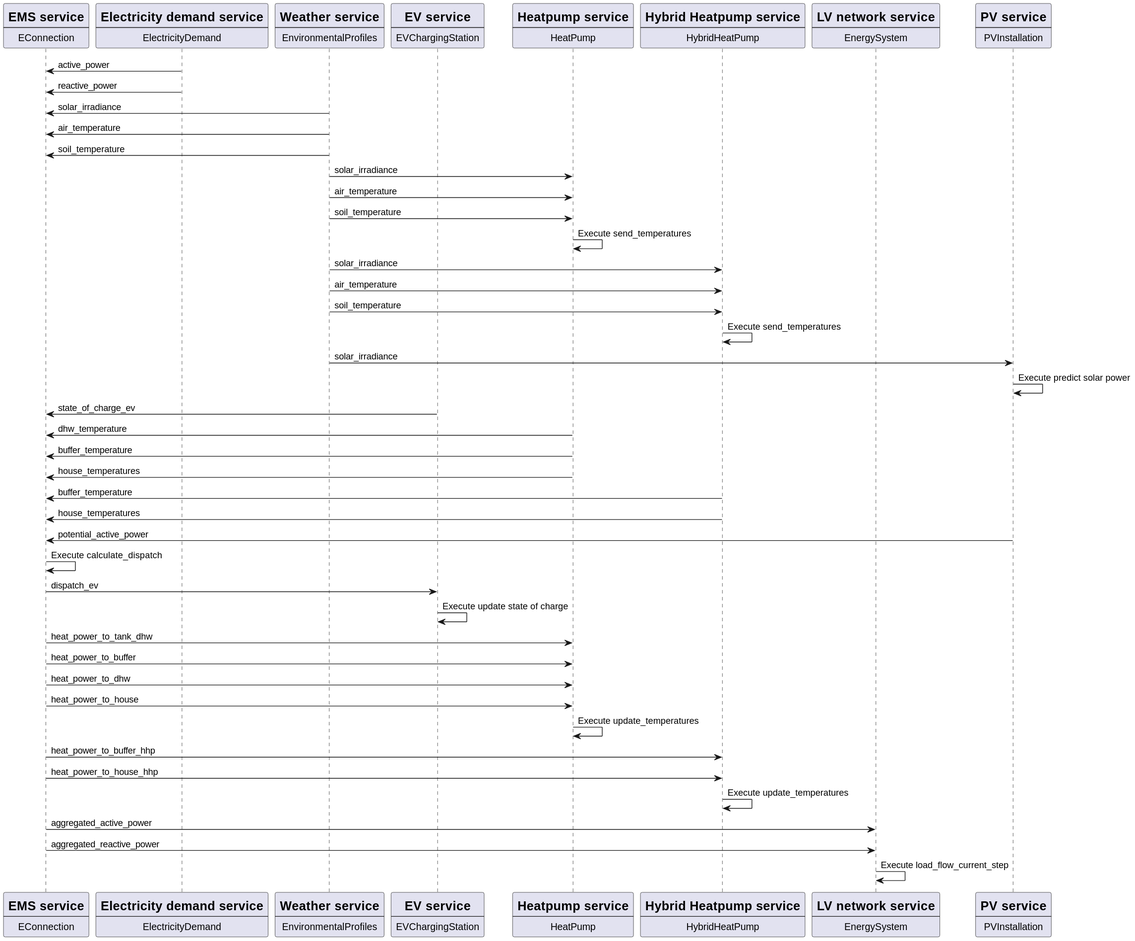
Above: docs/images/static/small-example-sequence_diagram.svg in dots-energy/dots-simulation-orchestrator (PlantUML), before the change.
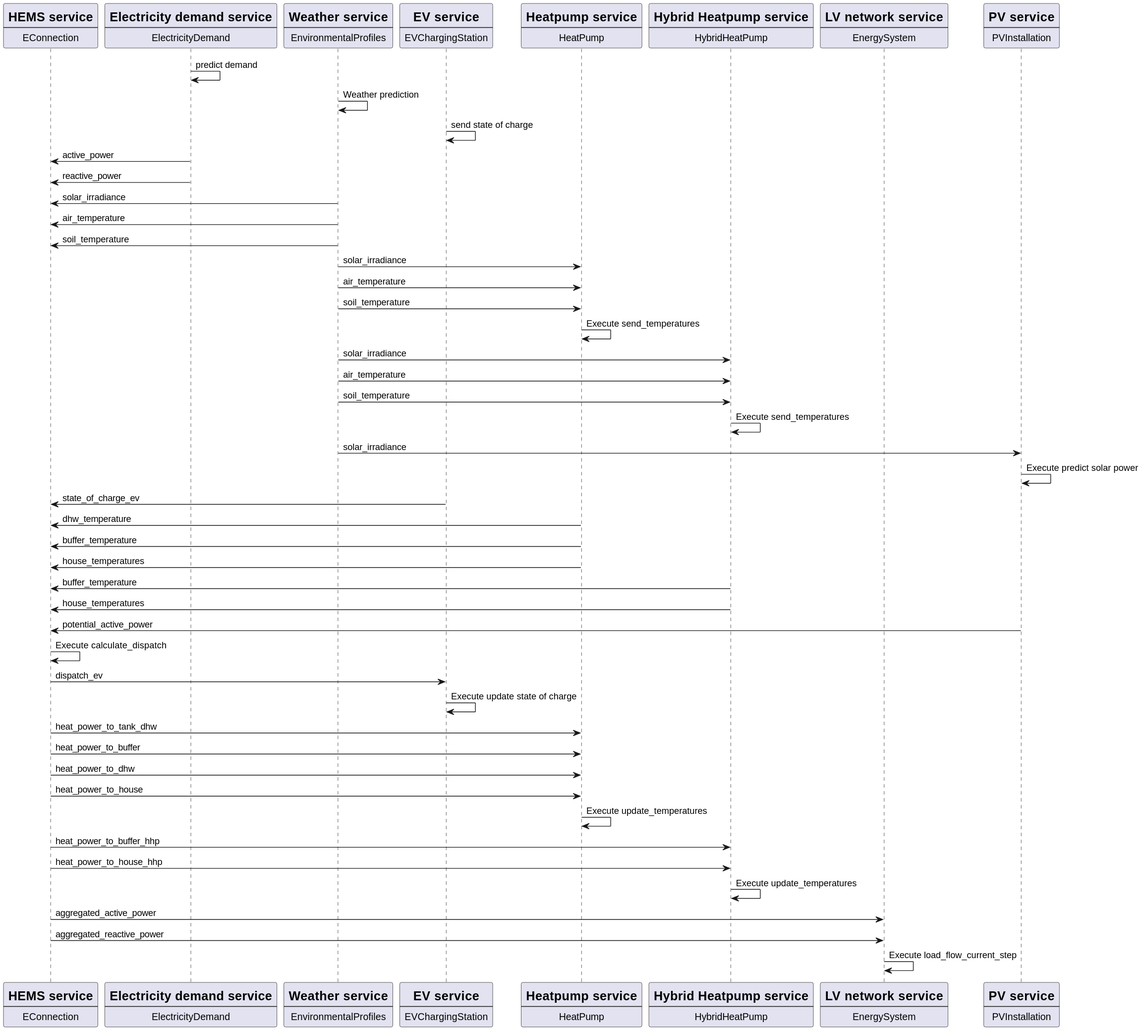
Above is the later version.

Commit message:
update sequence diagram

What changed in the source:
```diff
@@ -1,6 +1,6 @@
 @startuml
 participant EConnection [
-= EMS service
+= HEMS service
 ----
 EConnection
 ]
@@ -39,6 +39,9 @@
 ----
 PVInstallation
 ]
+ElectricityDemand -> ElectricityDemand : predict demand
+EnvironmentalProfiles -> EnvironmentalProfiles : Weather prediction
+EVChargingStation -> EVChargingStation : send state of charge
 ElectricityDemand -> EConnection : active_power
 ElectricityDemand -> EConnection : reactive_power
 EnvironmentalProfiles -> EConnection : solar_irradiance
```
